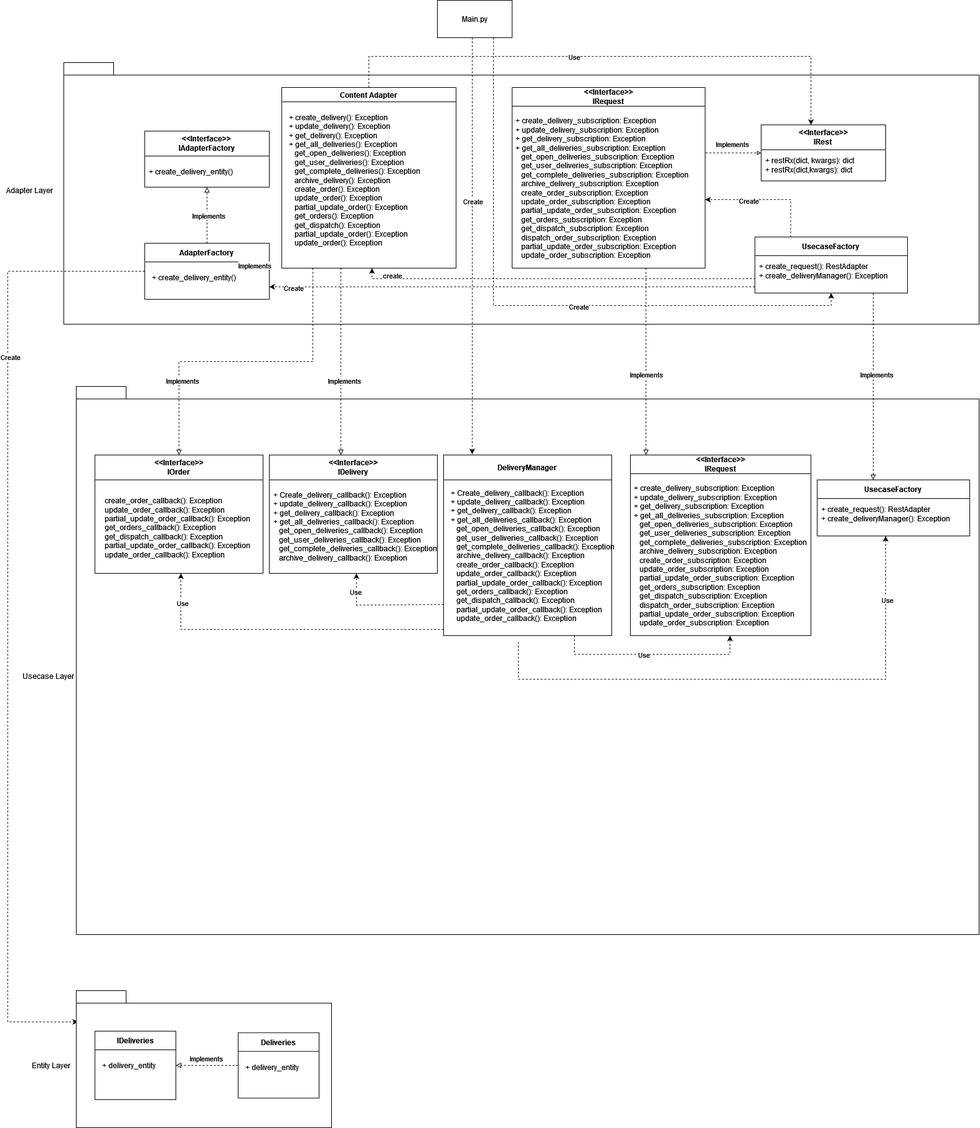
This is Dispatch Module SDD.drawio.png from pandaloves/drawio-documents, a draw.io export, as it was before one commit. Source tidied: cells renumbered, new cells last; positions are measured from the earlier drawing's top-left corner, leaving out a move shared by most shapes.
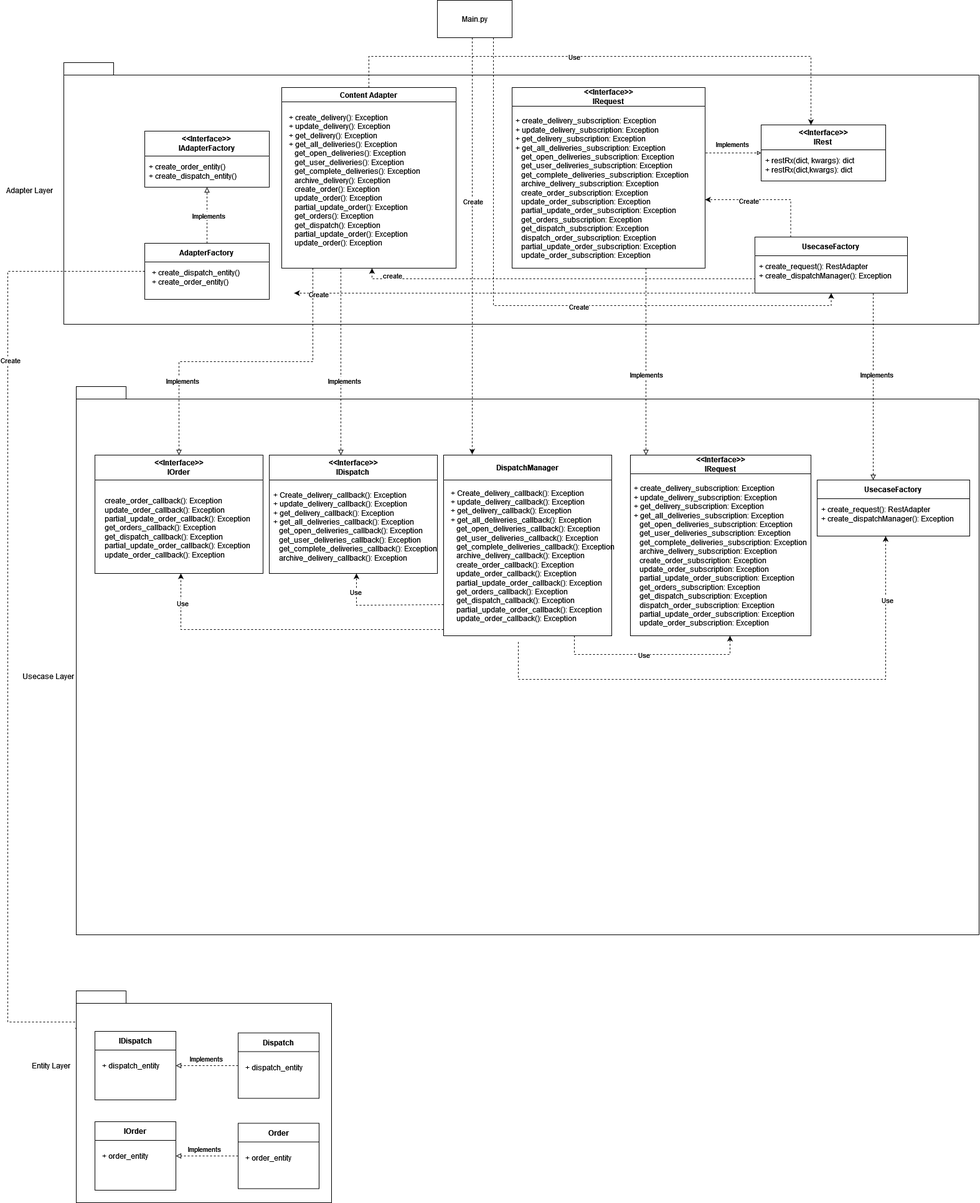
Above is the later version.

Change to the diagram source:
```diff
@@ -91,13 +91,13 @@
     <mxCell id="21" value="&lt;div&gt;UsecaseFactory&lt;br&gt;&lt;/div&gt;" style="swimlane;whiteSpace=wrap;html=1;startSize=30;" parent="1" vertex="1">
       <mxGeometry x="1210" y="380" width="245" height="90" as="geometry" />
     </mxCell>
-    <mxCell id="22" value="&lt;div align=&quot;left&quot;&gt;+ create_request(): RestAdapter&lt;br&gt;&lt;/div&gt;&lt;div align=&quot;left&quot;&gt;+ create_deliveryManager(): Exception&lt;br&gt;&lt;/div&gt;" style="text;html=1;align=left;verticalAlign=middle;whiteSpace=wrap;rounded=0;" parent="21" vertex="1">
+    <mxCell id="22" value="&lt;div align=&quot;left&quot;&gt;+ create_request(): RestAdapter&lt;br&gt;&lt;/div&gt;&lt;div align=&quot;left&quot;&gt;+ create_dispatchManager(): Exception&lt;br&gt;&lt;/div&gt;" style="text;html=1;align=left;verticalAlign=middle;whiteSpace=wrap;rounded=0;" parent="21" vertex="1">
       <mxGeometry x="5" y="40" width="225" height="30" as="geometry" />
     </mxCell>
     <mxCell id="23" value="&lt;div&gt;&amp;lt;&amp;lt;Interface&amp;gt;&amp;gt;&lt;/div&gt;&lt;div&gt;IAdapterFactory&lt;br&gt;&lt;/div&gt;" style="swimlane;whiteSpace=wrap;html=1;startSize=40;" parent="1" vertex="1">
       <mxGeometry x="230" y="210" width="200" height="90" as="geometry" />
     </mxCell>
-    <mxCell id="24" value="&lt;div align=&quot;left&quot;&gt;+ create_delivery_entity()&lt;br&gt;&lt;/div&gt;" style="text;html=1;align=left;verticalAlign=middle;whiteSpace=wrap;rounded=0;" parent="23" vertex="1">
+    <mxCell id="24" value="&lt;div align=&quot;left&quot;&gt;+ create_order_entity()&lt;br&gt;&lt;/div&gt;&lt;div align=&quot;left&quot;&gt;+ create_dispatch_entity()&lt;br&gt;&lt;/div&gt;" style="text;html=1;align=left;verticalAlign=middle;whiteSpace=wrap;rounded=0;" parent="23" vertex="1">
       <mxGeometry x="5" y="50" width="180" height="30" as="geometry" />
     </mxCell>
     <mxCell id="25" style="edgeStyle=orthogonalEdgeStyle;rounded=0;jettySize=auto;html=1;entryX=0.5;entryY=1;entryDx=0;entryDy=0;dashed=1;endArrow=block;endFill=0;" parent="1" edge="1" source="29" target="23">
@@ -120,7 +120,7 @@
     <mxCell id="29" value="&lt;div&gt;AdapterFactory&lt;br&gt;&lt;/div&gt;" style="swimlane;whiteSpace=wrap;html=1;startSize=30;" parent="1" vertex="1">
       <mxGeometry x="230" y="390" width="200" height="90" as="geometry" />
     </mxCell>
-    <mxCell id="30" value="&lt;div align=&quot;left&quot;&gt;+ create_delivery_entity()&lt;br&gt;&lt;/div&gt;" style="text;html=1;align=left;verticalAlign=middle;whiteSpace=wrap;rounded=0;" parent="29" vertex="1">
+    <mxCell id="30" value="&lt;div align=&quot;left&quot;&gt;+ create_dispatch_entity()&lt;/div&gt;&lt;div align=&quot;left&quot;&gt;+ create_order_entity()&lt;br&gt;&lt;/div&gt;" style="text;html=1;align=left;verticalAlign=middle;whiteSpace=wrap;rounded=0;" parent="29" vertex="1">
       <mxGeometry x="10" y="40" width="180" height="30" as="geometry" />
     </mxCell>
     <mxCell id="31" style="rounded=0;whiteSpace=wrap;html=1;" parent="1" vertex="1">
@@ -132,7 +132,7 @@
     <mxCell id="33" value="Usecase Layer" style="text;html=1;align=center;verticalAlign=middle;whiteSpace=wrap;rounded=0;" parent="1" vertex="1">
       <mxGeometry x="30" y="1070" width="90" height="30" as="geometry" />
     </mxCell>
-    <mxCell id="34" value="&lt;div&gt;&amp;lt;&amp;lt;Interface&amp;gt;&amp;gt;&lt;/div&gt;&lt;div&gt;IDelivery&lt;br&gt;&lt;/div&gt;" style="swimlane;whiteSpace=wrap;html=1;startSize=40;" parent="1" vertex="1">
+    <mxCell id="34" value="&lt;div&gt;&amp;lt;&amp;lt;Interface&amp;gt;&amp;gt;&lt;/div&gt;&lt;div&gt;IDispatch&lt;br&gt;&lt;/div&gt;" style="swimlane;whiteSpace=wrap;html=1;startSize=40;" parent="1" vertex="1">
       <mxGeometry x="430" y="730" width="270" height="190" as="geometry" />
     </mxCell>
     <mxCell id="35" value="&lt;div align=&quot;left&quot;&gt;+ Create_delivery_callback(): Exception&lt;/div&gt;&lt;div align=&quot;left&quot;&gt;&lt;div align=&quot;left&quot;&gt;+ update_delivery_callback(): Exception&lt;/div&gt;&lt;div align=&quot;left&quot;&gt;&lt;div align=&quot;left&quot;&gt;+ get_delivery_callback(): Exception&lt;/div&gt;&lt;div align=&quot;left&quot;&gt;&lt;div align=&quot;left&quot;&gt;+ get_all_deliveries_callback(): Exception&lt;/div&gt;&lt;/div&gt;&lt;/div&gt;&lt;div align=&quot;left&quot;&gt;&amp;nbsp;&amp;nbsp; get_open_deliveries_callback(): Exception&lt;/div&gt;&lt;div align=&quot;left&quot;&gt;&amp;nbsp;&amp;nbsp; get_user_deliveries_callback(): Exception&lt;/div&gt;&lt;div align=&quot;left&quot;&gt;&amp;nbsp;&amp;nbsp; get_complete_deliveries_callback(): Exception&lt;/div&gt;&lt;div align=&quot;left&quot;&gt;&amp;nbsp;&amp;nbsp; archive_delivery_callback(): Exception&lt;/div&gt;&lt;div align=&quot;left&quot;&gt;&amp;nbsp;&amp;nbsp; &lt;br&gt;&lt;/div&gt;&lt;div align=&quot;left&quot;&gt;&lt;br&gt;&lt;/div&gt;&lt;div align=&quot;left&quot;&gt;&lt;br&gt;&lt;/div&gt;&lt;div align=&quot;left&quot;&gt;&lt;br&gt;&lt;/div&gt;&lt;div align=&quot;left&quot;&gt;&lt;br&gt;&lt;/div&gt;&lt;div align=&quot;left&quot;&gt;&lt;br&gt;&lt;br&gt;&lt;/div&gt;&lt;/div&gt;" style="text;html=1;align=left;verticalAlign=middle;whiteSpace=wrap;rounded=0;" parent="34" vertex="1">
@@ -141,11 +141,11 @@
     <mxCell id="36" value="&lt;div&gt;UsecaseFactory&lt;br&gt;&lt;/div&gt;" style="swimlane;whiteSpace=wrap;html=1;startSize=30;" parent="1" vertex="1">
       <mxGeometry x="1310" y="770" width="245" height="90" as="geometry" />
     </mxCell>
-    <mxCell id="37" value="&lt;div align=&quot;left&quot;&gt;+ create_request(): RestAdapter&lt;br&gt;&lt;/div&gt;&lt;div align=&quot;left&quot;&gt;+ create_deliveryManager(): Exception&lt;br&gt;&lt;/div&gt;" style="text;html=1;align=left;verticalAlign=middle;whiteSpace=wrap;rounded=0;" parent="36" vertex="1">
+    <mxCell id="37" value="&lt;div align=&quot;left&quot;&gt;+ create_request(): RestAdapter&lt;br&gt;&lt;/div&gt;&lt;div align=&quot;left&quot;&gt;+ create_dispatchManager(): Exception&lt;br&gt;&lt;/div&gt;" style="text;html=1;align=left;verticalAlign=middle;whiteSpace=wrap;rounded=0;" parent="36" vertex="1">
       <mxGeometry x="5" y="40" width="225" height="30" as="geometry" />
     </mxCell>
     <mxCell id="38" style="rounded=0;whiteSpace=wrap;html=1;" parent="1" vertex="1">
-      <mxGeometry x="120" y="1610" width="410" height="200" as="geometry" />
+      <mxGeometry x="120" y="1610" width="410" height="320" as="geometry" />
     </mxCell>
     <mxCell id="39" style="rounded=0;whiteSpace=wrap;html=1;" parent="1" vertex="1">
       <mxGeometry x="120" y="1590" width="80" height="20" as="geometry" />
@@ -153,10 +153,10 @@
     <mxCell id="40" value="Entity Layer" style="text;html=1;align=center;verticalAlign=middle;whiteSpace=wrap;rounded=0;" parent="1" vertex="1">
       <mxGeometry x="30" y="1695" width="100" height="30" as="geometry" />
     </mxCell>
-    <mxCell id="41" value="IDeliveries" style="swimlane;whiteSpace=wrap;html=1;startSize=30;" parent="1" vertex="1">
+    <mxCell id="41" value="IDispatch" style="swimlane;whiteSpace=wrap;html=1;startSize=30;" parent="1" vertex="1">
       <mxGeometry x="150" y="1655" width="130" height="110" as="geometry" />
     </mxCell>
-    <mxCell id="42" value="+ delivery_entity" style="text;html=1;align=left;verticalAlign=middle;whiteSpace=wrap;rounded=0;" parent="41" vertex="1">
+    <mxCell id="42" value="+ dispatch_entity" style="text;html=1;align=left;verticalAlign=middle;whiteSpace=wrap;rounded=0;" parent="41" vertex="1">
       <mxGeometry x="10" y="40" width="110" height="30" as="geometry" />
     </mxCell>
     <mxCell id="43" style="edgeStyle=orthogonalEdgeStyle;rounded=0;jettySize=auto;html=1;entryX=1;entryY=0.5;entryDx=0;entryDy=0;dashed=1;endArrow=block;endFill=0;" parent="1" edge="1" source="45" target="41">
@@ -167,10 +167,10 @@
         <mxPoint x="15" y="-16" as="offset" />
       </mxGeometry>
     </mxCell>
-    <mxCell id="45" value="Deliveries" style="swimlane;whiteSpace=wrap;html=1;startSize=30;" parent="1" vertex="1">
+    <mxCell id="45" value="Dispatch" style="swimlane;whiteSpace=wrap;html=1;startSize=30;" parent="1" vertex="1">
       <mxGeometry x="380" y="1657.5" width="130" height="105" as="geometry" />
     </mxCell>
-    <mxCell id="46" value="+ delivery_entity" style="text;html=1;align=left;verticalAlign=middle;whiteSpace=wrap;rounded=0;" parent="45" vertex="1">
+    <mxCell id="46" value="+ dispatch_entity" style="text;html=1;align=left;verticalAlign=middle;whiteSpace=wrap;rounded=0;" parent="45" vertex="1">
       <mxGeometry x="10" y="40" width="170" height="30" as="geometry" />
     </mxCell>
     <mxCell id="47" style="edgeStyle=orthogonalEdgeStyle;rounded=0;jettySize=auto;html=1;dashed=1;endArrow=classic;endFill=1;entryX=0.17;entryY=-0.004;entryDx=0;entryDy=0;entryPerimeter=0;" parent="1" edge="1" source="2" target="57">
@@ -231,7 +231,7 @@
     <mxCell id="56" value="Use" style="edgeLabel;html=1;align=center;verticalAlign=middle;" parent="55" vertex="1">
       <mxGeometry x="0.82" y="-2" relative="1" as="geometry" />
     </mxCell>
-    <mxCell id="57" value="&lt;div&gt;DeliveryManager&lt;br&gt;&lt;/div&gt;" style="swimlane;whiteSpace=wrap;html=1;startSize=40;" parent="1" vertex="1">
+    <mxCell id="57" value="&lt;div&gt;DispatchManager&lt;br&gt;&lt;/div&gt;" style="swimlane;whiteSpace=wrap;html=1;startSize=40;" parent="1" vertex="1">
       <mxGeometry x="710" y="730" width="270" height="290" as="geometry" />
     </mxCell>
     <mxCell id="58" value="&lt;div align=&quot;left&quot;&gt;+ Create_delivery_callback(): Exception&lt;/div&gt;&lt;div align=&quot;left&quot;&gt;&lt;div align=&quot;left&quot;&gt;+ update_delivery_callback(): Exception&lt;/div&gt;&lt;div align=&quot;left&quot;&gt;+ get_delivery_callback(): Exception&lt;/div&gt;&lt;div align=&quot;left&quot;&gt;+ get_all_deliveries_callback(): Exception&lt;/div&gt;&lt;div align=&quot;left&quot;&gt;&amp;nbsp;&amp;nbsp; get_open_deliveries_callback(): Exception&lt;/div&gt;&lt;div align=&quot;left&quot;&gt;&amp;nbsp;&amp;nbsp; get_user_deliveries_callback(): Exception&lt;/div&gt;&lt;div align=&quot;left&quot;&gt;&amp;nbsp;&amp;nbsp; get_complete_deliveries_callback(): Exception&lt;/div&gt;&lt;div align=&quot;left&quot;&gt;&amp;nbsp;&amp;nbsp; archive_delivery_callback(): Exception&lt;/div&gt;&lt;div align=&quot;left&quot;&gt;&amp;nbsp;&amp;nbsp; create_order_callback(): Exception&lt;/div&gt;&lt;div align=&quot;left&quot;&gt;&amp;nbsp;&amp;nbsp; update_order_callback(): Exception&lt;/div&gt;&lt;div align=&quot;left&quot;&gt;&amp;nbsp;&amp;nbsp; partial_update_order_callback(): Exception&lt;/div&gt;&lt;div align=&quot;left&quot;&gt;&amp;nbsp;&amp;nbsp; get_orders_callback(): Exception&lt;/div&gt;&lt;div align=&quot;left&quot;&gt;&amp;nbsp;&amp;nbsp; get_dispatch_callback(): Exception&lt;/div&gt;&lt;div align=&quot;left&quot;&gt;&amp;nbsp;&amp;nbsp; partial_update_order_callback(): Exception&lt;/div&gt;&lt;div align=&quot;left&quot;&gt;&amp;nbsp;&amp;nbsp; update_order_callback(): Exception&lt;br&gt;&lt;/div&gt;&lt;div align=&quot;left&quot;&gt;&lt;br&gt;&lt;/div&gt;&lt;div align=&quot;left&quot;&gt;&lt;br&gt;&lt;/div&gt;&lt;div align=&quot;left&quot;&gt;&lt;br&gt;&lt;/div&gt;&lt;div align=&quot;left&quot;&gt;&lt;br&gt;&lt;/div&gt;&lt;div align=&quot;left&quot;&gt;&lt;br&gt;&lt;br&gt;&lt;/div&gt;&lt;/div&gt;" style="text;html=1;align=left;verticalAlign=middle;whiteSpace=wrap;rounded=0;" parent="57" vertex="1">
@@ -258,11 +258,11 @@
     </mxCell>
     <mxCell id="63" style="edgeStyle=orthogonalEdgeStyle;rounded=0;orthogonalLoop=1;jettySize=auto;html=1;entryX=1;entryY=0.75;entryDx=0;entryDy=0;dashed=1;" parent="1" edge="1">
       <mxGeometry relative="1" as="geometry">
-        <mxPoint x="1210" y="460" as="sourcePoint" />
-        <mxPoint x="430" y="460" as="targetPoint" />
+        <mxPoint x="1250" y="470" as="sourcePoint" />
+        <mxPoint x="470" y="470" as="targetPoint" />
         <Array as="points">
-          <mxPoint x="870" y="460" />
-          <mxPoint x="870" y="460" />
+          <mxPoint x="910" y="470" />
+          <mxPoint x="910" y="470" />
         </Array>
       </mxGeometry>
     </mxCell>
@@ -297,11 +297,6 @@
         </Array>
       </mxGeometry>
     </mxCell>
-    <mxCell id="70" value="Implements" style="edgeLabel;html=1;align=center;verticalAlign=middle;" parent="69" vertex="1">
-      <mxGeometry x="-0.05" y="1" relative="1" as="geometry">
-        <mxPoint x="-1" y="-156" as="offset" />
-      </mxGeometry>
-    </mxCell>
     <mxCell id="71" value="Implements" style="edgeLabel;html=1;align=center;verticalAlign=middle;" parent="69" vertex="1">
       <mxGeometry x="0.73" y="1" relative="1" as="geometry">
         <mxPoint x="4" y="-52" as="offset" />
@@ -336,5 +331,25 @@
         <mxPoint x="-134" y="-2" as="offset" />
       </mxGeometry>
     </mxCell>
+    <mxCell id="76" value="IOrder" style="swimlane;whiteSpace=wrap;html=1;startSize=30;" parent="1" vertex="1">
+      <mxGeometry x="150" y="1800" width="130" height="110" as="geometry" />
+    </mxCell>
+    <mxCell id="77" value="+ order_entity" style="text;html=1;align=left;verticalAlign=middle;whiteSpace=wrap;rounded=0;" parent="76" vertex="1">
+      <mxGeometry x="10" y="40" width="110" height="30" as="geometry" />
+    </mxCell>
+    <mxCell id="78" style="edgeStyle=orthogonalEdgeStyle;rounded=0;jettySize=auto;html=1;entryX=1;entryY=0.5;entryDx=0;entryDy=0;endArrow=block;endFill=0;dashed=1;" parent="1" edge="1" source="79" target="76">
+      <mxGeometry relative="1" as="geometry" />
+    </mxCell>
+    <mxCell id="70" value="Implements" style="edgeLabel;html=1;align=center;verticalAlign=middle;" parent="78" vertex="1">
+      <mxGeometry x="0.2" y="-3" relative="1" as="geometry">
+        <mxPoint x="5" y="-9" as="offset" />
+      </mxGeometry>
+    </mxCell>
+    <mxCell id="79" value="Order" style="swimlane;whiteSpace=wrap;html=1;startSize=30;" parent="1" vertex="1">
+      <mxGeometry x="380" y="1802.5" width="130" height="105" as="geometry" />
+    </mxCell>
+    <mxCell id="80" value="+ order_entity" style="text;html=1;align=left;verticalAlign=middle;whiteSpace=wrap;rounded=0;" parent="79" vertex="1">
+      <mxGeometry x="10" y="40" width="170" height="30" as="geometry" />
+    </mxCell>
   </root>
 </mxGraphModel>
```
